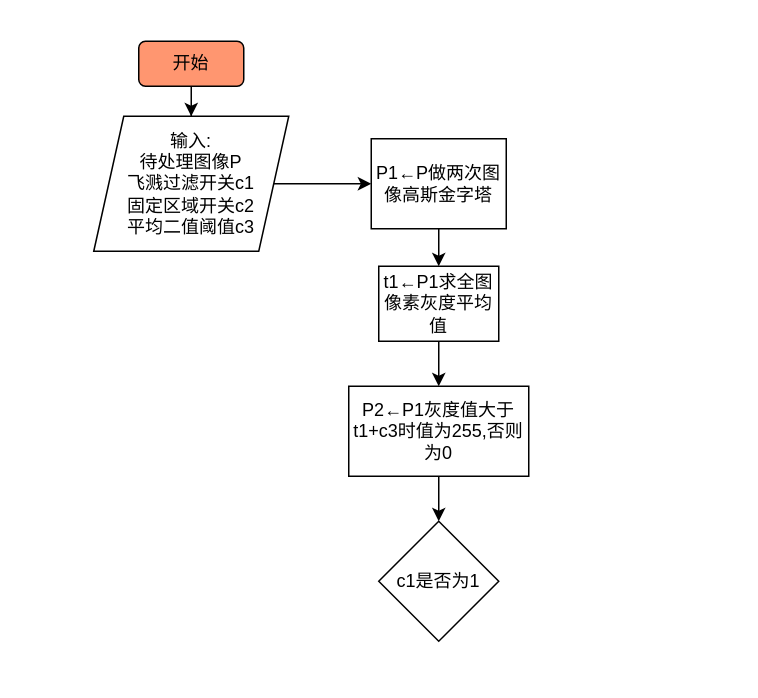
The draw.io diagram 未命名绘图.drawio in qubo188612/Visio, before the edit. Source tidied: cells renumbered, new cells numbered last; positions are measured from the earlier drawing's top-left corner, leaving out a move shared by most shapes. Both pictures are drawn from the tidied source at 150%, with x=0, y=0 at pixel (93, 40).
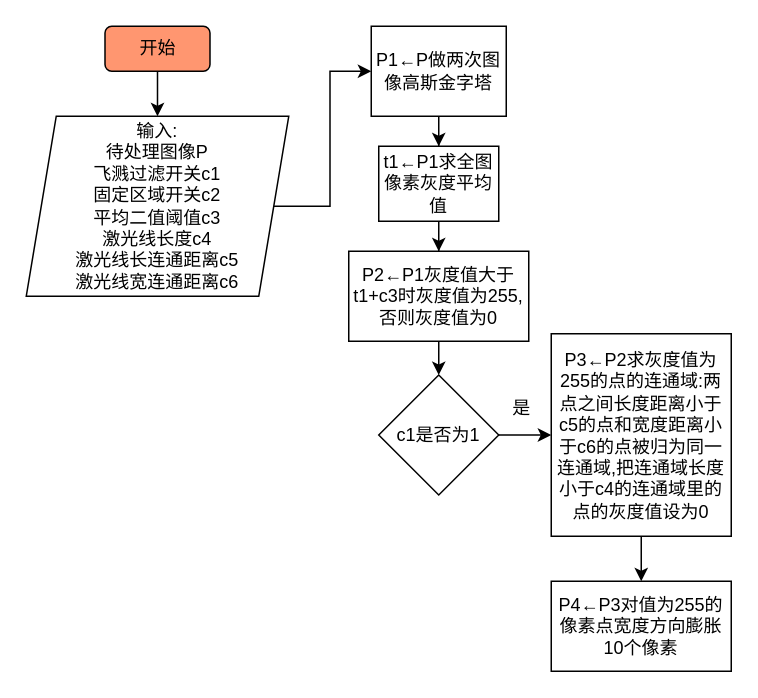
The same page after the edit.

Commit message (it also covers changes not shown here):
更新未命名绘图.drawio

What changed in the source:
```diff
@@
 <mxGraphModel>
   <root>
     <mxCell id="0" />
     <mxCell id="1" parent="0" />
     <mxCell id="2" style="edgeStyle=orthogonalEdgeStyle;rounded=0;jettySize=auto;html=1;" parent="1" edge="1" source="3" target="5">
       <mxGeometry relative="1" as="geometry" />
     </mxCell>
     <mxCell id="3" value="开始" style="rounded=1;whiteSpace=wrap;html=1;fillColor=#FF9670;" parent="1" vertex="1">
-      <mxGeometry x="30" width="70" height="30" as="geometry" />
+      <mxGeometry x="7.5" y="-10" width="70" height="30" as="geometry" />
     </mxCell>
     <mxCell id="4" style="edgeStyle=orthogonalEdgeStyle;rounded=0;jettySize=auto;html=1;exitX=1;exitY=0.5;exitDx=0;exitDy=0;" parent="1" edge="1" source="5" target="7">
       <mxGeometry relative="1" as="geometry" />
     </mxCell>
-    <mxCell id="5" value="输入:&lt;br&gt;待处理图像P&lt;br&gt;飞溅过滤开关c1&lt;br&gt;固定区域开关c2&lt;br&gt;平均二值阈值c3" style="shape=parallelogram;perimeter=parallelogramPerimeter;whiteSpace=wrap;html=1;fixedSize=1;" parent="1" vertex="1">
-      <mxGeometry y="50" width="130" height="90" as="geometry" />
+    <mxCell id="5" value="输入:&lt;br&gt;待处理图像P&lt;br&gt;飞溅过滤开关c1&lt;br&gt;固定区域开关c2&lt;br&gt;平均二值阈值c3&lt;br&gt;激光线长度c4&lt;br&gt;激光线长连通距离c5&lt;br&gt;激光线宽连通距离c6" style="shape=parallelogram;perimeter=parallelogramPerimeter;whiteSpace=wrap;html=1;fixedSize=1;" parent="1" vertex="1">
+      <mxGeometry x="-45" y="50" width="175" height="120" as="geometry" />
     </mxCell>
     <mxCell id="6" style="edgeStyle=orthogonalEdgeStyle;rounded=0;jettySize=auto;html=1;" parent="1" edge="1" source="7" target="9">
       <mxGeometry relative="1" as="geometry" />
     </mxCell>
     <mxCell id="7" value="P1←P做两次图像高斯金字塔" style="rounded=0;whiteSpace=wrap;html=1;fillColor=#FFFFFF;" parent="1" vertex="1">
-      <mxGeometry x="185" y="65" width="90" height="60" as="geometry" />
+      <mxGeometry x="185" y="-10" width="90" height="60" as="geometry" />
     </mxCell>
     <mxCell id="8" style="edgeStyle=orthogonalEdgeStyle;rounded=0;jettySize=auto;html=1;" parent="1" edge="1" source="9" target="11">
       <mxGeometry relative="1" as="geometry" />
     </mxCell>
     <mxCell id="9" value="t1←P1求全图像素灰度平均值" style="rounded=0;whiteSpace=wrap;html=1;fillColor=#FFFFFF;" parent="1" vertex="1">
-      <mxGeometry x="190" y="150" width="80" height="50" as="geometry" />
+      <mxGeometry x="190" y="70" width="80" height="50" as="geometry" />
     </mxCell>
     <mxCell id="10" style="edgeStyle=orthogonalEdgeStyle;rounded=0;jettySize=auto;html=1;" parent="1" edge="1" source="11" target="12">
       <mxGeometry relative="1" as="geometry" />
     </mxCell>
-    <mxCell id="11" value="P2←P1灰度值大于t1+c3时值为255,否则为0" style="rounded=0;whiteSpace=wrap;html=1;fillColor=#FFFFFF;" parent="1" vertex="1">
-      <mxGeometry x="170" y="230" width="120" height="60" as="geometry" />
+    <mxCell id="11" value="P2←P1灰度值大于t1+c3时灰度值为255,否则灰度值为0" style="rounded=0;whiteSpace=wrap;html=1;fillColor=#FFFFFF;" parent="1" vertex="1">
+      <mxGeometry x="170" y="140" width="120" height="60" as="geometry" />
     </mxCell>
+    <mxCell id="13" style="edgeStyle=orthogonalEdgeStyle;rounded=0;jettySize=auto;html=1;" parent="1" edge="1" source="12" target="15">
+      <mxGeometry relative="1" as="geometry" />
+    </mxCell>
     <mxCell id="12" value="c1是否为1" style="rhombus;whiteSpace=wrap;html=1;fillColor=#FFFFFF;" parent="1" vertex="1">
-      <mxGeometry x="190" y="320" width="80" height="80" as="geometry" />
+      <mxGeometry x="190" y="222.5" width="80" height="80" as="geometry" />
     </mxCell>
+    <mxCell id="14" style="edgeStyle=orthogonalEdgeStyle;rounded=0;jettySize=auto;html=1;" parent="1" edge="1" source="15" target="17">
+      <mxGeometry relative="1" as="geometry" />
+    </mxCell>
+    <mxCell id="15" value="P3←P2求灰度值为255的点的连通域:两点之间长度距离小于c5的点和宽度距离小于c6的点被归为同一连通域,把连通域长度小于c4的连通域里的点的灰度值设为0" style="rounded=0;whiteSpace=wrap;html=1;fillColor=#FFFFFF;" parent="1" vertex="1">
+      <mxGeometry x="305" y="195" width="120" height="135" as="geometry" />
+    </mxCell>
+    <mxCell id="16" value="是" style="text;html=1;align=center;verticalAlign=middle;strokeColor=none;fillColor=none;" parent="1" vertex="1">
+      <mxGeometry x="265" y="230" width="40" height="30" as="geometry" />
+    </mxCell>
+    <mxCell id="17" value="P4←P3对值为255的像素点宽度方向膨胀10个像素" style="rounded=0;whiteSpace=wrap;html=1;fillColor=#FFFFFF;" parent="1" vertex="1">
+      <mxGeometry x="305" y="360" width="120" height="60" as="geometry" />
+    </mxCell>
   </root>
 </mxGraphModel>
```
